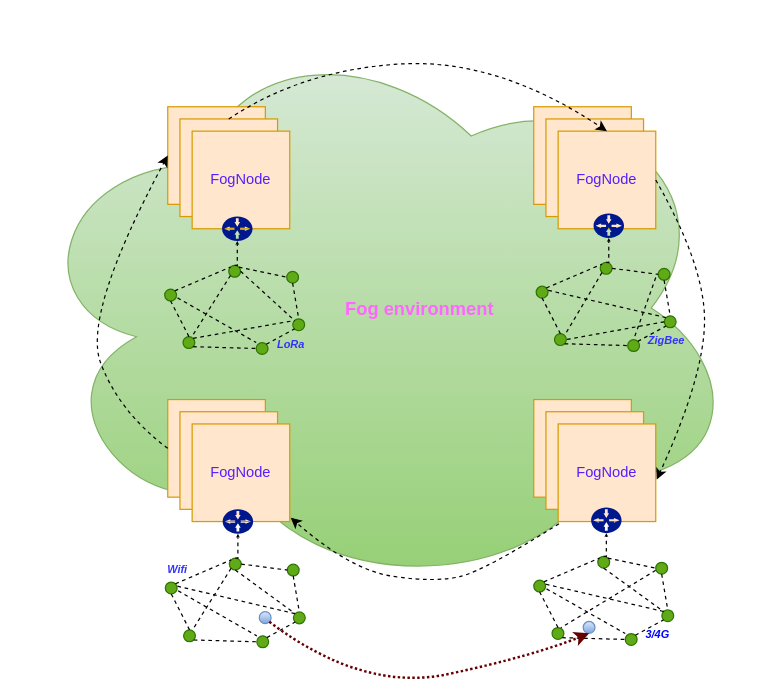
This is fognode_with_multinetworks.drawio from mrleehoan/hello-world, a draw.io file, before an edit. Source tidied: cells renumbered, new cells numbered last; positions are measured from the earlier drawing's top-left corner, leaving out a move shared by most shapes. Both pictures are drawn from the tidied source at 122%, with x=0, y=0 at pixel (21, 21).
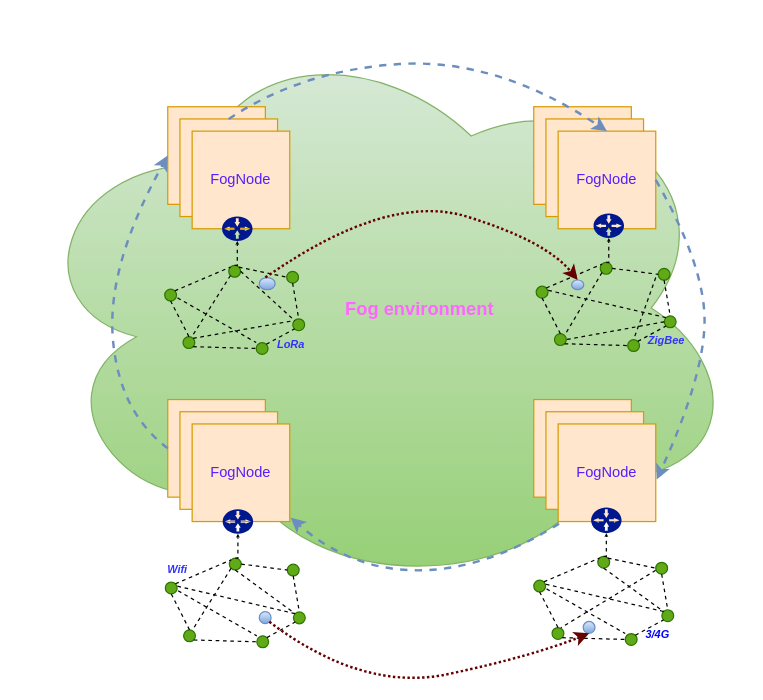
Above is the later version.

The change refers to these unchanged cells:
```xml
<mxCell id="2" value="&amp;nbsp; &amp;nbsp; &amp;nbsp; &amp;nbsp; &amp;nbsp; &amp;nbsp; &amp;nbsp; &amp;nbsp; &amp;nbsp; &amp;nbsp;&lt;b&gt;&lt;font style=&quot;font-size: 15px&quot; color=&quot;#ff66ff&quot;&gt;Fog environment&lt;/font&gt;&lt;/b&gt;" style="ellipse;shape=cloud;whiteSpace=wrap;html=1;fillColor=#d5e8d4;strokeColor=#82b366;gradientColor=#97d077;" parent="1" vertex="1">
  <mxGeometry width="590" height="470" as="geometry" />
</mxCell>
<mxCell id="3" style="whiteSpace=wrap;html=1;fillColor=#ffe6cc;strokeColor=#d79b00;" parent="1" vertex="1">
  <mxGeometry x="120" y="70" width="80" height="80" as="geometry" />
</mxCell>
<mxCell id="4" style="whiteSpace=wrap;html=1;fillColor=#ffe6cc;strokeColor=#d79b00;" parent="1" vertex="1">
  <mxGeometry x="130" y="80" width="80" height="80" as="geometry" />
</mxCell>
<mxCell id="8" value="&lt;font color=&quot;#531fff&quot;&gt;FogNode&lt;/font&gt;" style="whiteSpace=wrap;html=1;fillColor=#ffe6cc;strokeColor=#d79b00;" parent="1" vertex="1">
  <mxGeometry x="440" y="90" width="80" height="80" as="geometry" />
</mxCell>
<mxCell id="9" style="whiteSpace=wrap;html=1;fillColor=#ffe6cc;strokeColor=#d79b00;" parent="1" vertex="1">
  <mxGeometry x="120" y="310" width="80" height="80" as="geometry" />
</mxCell>
<mxCell id="11" value="&lt;font color=&quot;#531fff&quot;&gt;FogNode&lt;/font&gt;" style="whiteSpace=wrap;html=1;fillColor=#ffe6cc;strokeColor=#d79b00;" parent="1" vertex="1">
  <mxGeometry x="140" y="330" width="80" height="80" as="geometry" />
</mxCell>
<mxCell id="14" value="&lt;font color=&quot;#531fff&quot;&gt;FogNode&lt;/font&gt;" style="whiteSpace=wrap;html=1;fillColor=#ffe6cc;strokeColor=#d79b00;" parent="1" vertex="1">
  <mxGeometry x="440" y="330" width="80" height="80" as="geometry" />
</mxCell>
```

What changed in the source:
```diff
@@
-    <mxCell id="101" style="curved=1;endArrow=classic;html=1;dashed=1;entryX=0;entryY=0.5;entryDx=0;entryDy=0;exitX=0;exitY=0.5;exitDx=0;exitDy=0;" parent="1" edge="1" source="9" target="3">
+    <mxCell id="101" style="curved=1;endArrow=classic;html=1;dashed=1;entryX=0;entryY=0.5;entryDx=0;entryDy=0;exitX=0;exitY=0.5;exitDx=0;exitDy=0;gradientColor=#7ea6e0;fillColor=#dae8fc;strokeColor=#6c8ebf;strokeWidth=2;" parent="1" edge="1" source="9" target="3">
       <mxGeometry relative="1" as="geometry">
         <Array as="points">
           <mxPoint x="80" y="320" />
-          <mxPoint x="50" y="240" />
+          <mxPoint x="70" y="200" />
         </Array>
       </mxGeometry>
     </mxCell>
-    <mxCell id="102" style="curved=1;endArrow=classic;html=1;dashed=1;exitX=0.5;exitY=0;exitDx=0;exitDy=0;entryX=0.5;entryY=0;entryDx=0;entryDy=0;" parent="1" edge="1" source="4" target="8">
+    <mxCell id="102" style="curved=1;endArrow=classic;html=1;dashed=1;exitX=0.5;exitY=0;exitDx=0;exitDy=0;entryX=0.5;entryY=0;entryDx=0;entryDy=0;gradientColor=#7ea6e0;fillColor=#dae8fc;strokeColor=#6c8ebf;strokeWidth=2;" parent="1" edge="1" source="4" target="8">
       <mxGeometry relative="1" as="geometry">
         <Array as="points">
           <mxPoint x="230" y="40" />
           <mxPoint x="390" y="30" />
         </Array>
       </mxGeometry>
     </mxCell>
-    <mxCell id="103" style="curved=1;endArrow=classic;html=1;dashed=1;exitX=1;exitY=0.5;exitDx=0;exitDy=0;entryX=1.01;entryY=0.569;entryDx=0;entryDy=0;entryPerimeter=0;" parent="1" edge="1" source="8" target="14">
+    <mxCell id="103" style="curved=1;endArrow=classic;html=1;dashed=1;exitX=1;exitY=0.5;exitDx=0;exitDy=0;entryX=1.01;entryY=0.569;entryDx=0;entryDy=0;entryPerimeter=0;gradientColor=#7ea6e0;fillColor=#dae8fc;strokeColor=#6c8ebf;strokeWidth=2;" parent="1" edge="1" source="8" target="14">
       <mxGeometry relative="1" as="geometry">
         <Array as="points">
           <mxPoint x="560" y="200" />
           <mxPoint x="560" y="290" />
         </Array>
       </mxGeometry>
     </mxCell>
-    <mxCell id="104" style="curved=1;endArrow=classic;html=1;dashed=1;exitX=0.747;exitY=0.876;exitDx=0;exitDy=0;exitPerimeter=0;entryX=1.01;entryY=0.96;entryDx=0;entryDy=0;entryPerimeter=0;" parent="1" edge="1" source="2" target="11">
+    <mxCell id="104" style="curved=1;endArrow=classic;html=1;dashed=1;exitX=0.747;exitY=0.876;exitDx=0;exitDy=0;exitPerimeter=0;entryX=1.01;entryY=0.96;entryDx=0;entryDy=0;entryPerimeter=0;strokeWidth=2;gradientColor=#7ea6e0;fillColor=#dae8fc;strokeColor=#6c8ebf;" parent="1" edge="1" source="2" target="11">
       <mxGeometry relative="1" as="geometry">
         <Array as="points">
           <mxPoint x="380" y="450" />
-          <mxPoint x="340" y="460" />
           <mxPoint x="270" y="450" />
         </Array>
       </mxGeometry>
     </mxCell>
@@
+    <mxCell id="106" style="ellipse;whiteSpace=wrap;html=1;fillColor=#dae8fc;strokeColor=#6c8ebf;gradientColor=#7ea6e0;" parent="1" vertex="1">
+      <mxGeometry x="195" y="210" width="13" height="10" as="geometry" />
+    </mxCell>
+    <mxCell id="107" style="ellipse;whiteSpace=wrap;html=1;fillColor=#dae8fc;strokeColor=#6c8ebf;gradientColor=#7ea6e0;" parent="1" vertex="1">
+      <mxGeometry x="451" y="212" width="10" height="8" as="geometry" />
+    </mxCell>
+    <mxCell id="108" style="curved=1;endArrow=classic;html=1;dashed=1;dashPattern=1 1;strokeColor=#660000;strokeWidth=2;entryX=0.5;entryY=0;entryDx=0;entryDy=0;" parent="1" edge="1" target="107">
+      <mxGeometry relative="1" as="geometry">
+        <mxPoint x="200" y="210" as="sourcePoint" />
+        <Array as="points">
+          <mxPoint x="300" y="140" />
+          <mxPoint x="430" y="180" />
+        </Array>
+      </mxGeometry>
+    </mxCell>
```
